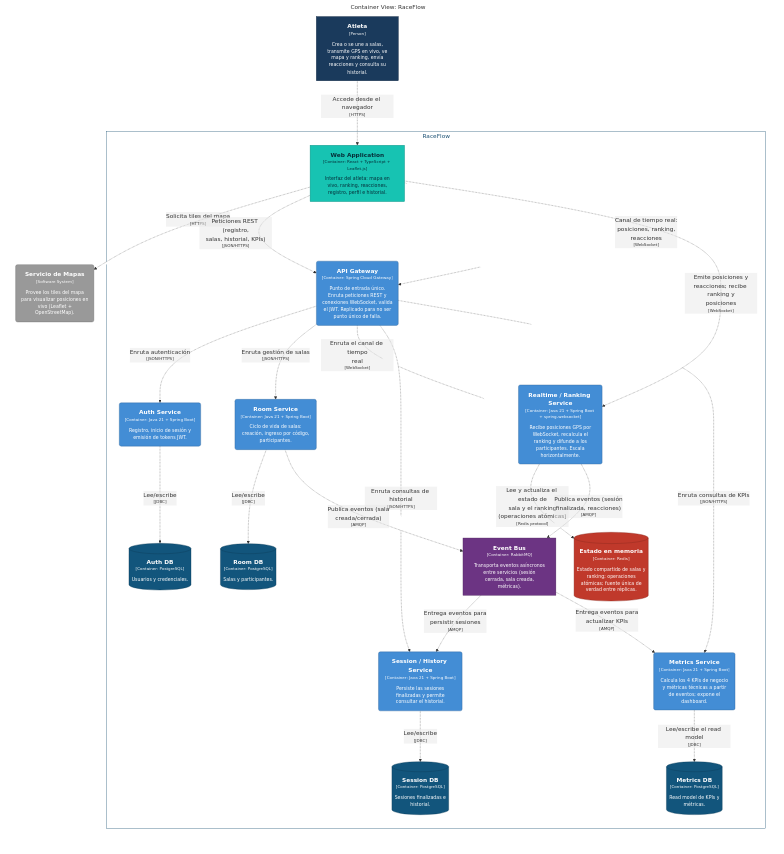
Above: docs/architecture/export/structurizr-Contenedores.png in RaceFlowECI/.github (Mermaid), before the change. Its source is kept beside it as docs/architecture/export/structurizr-Contenedores.mmd.
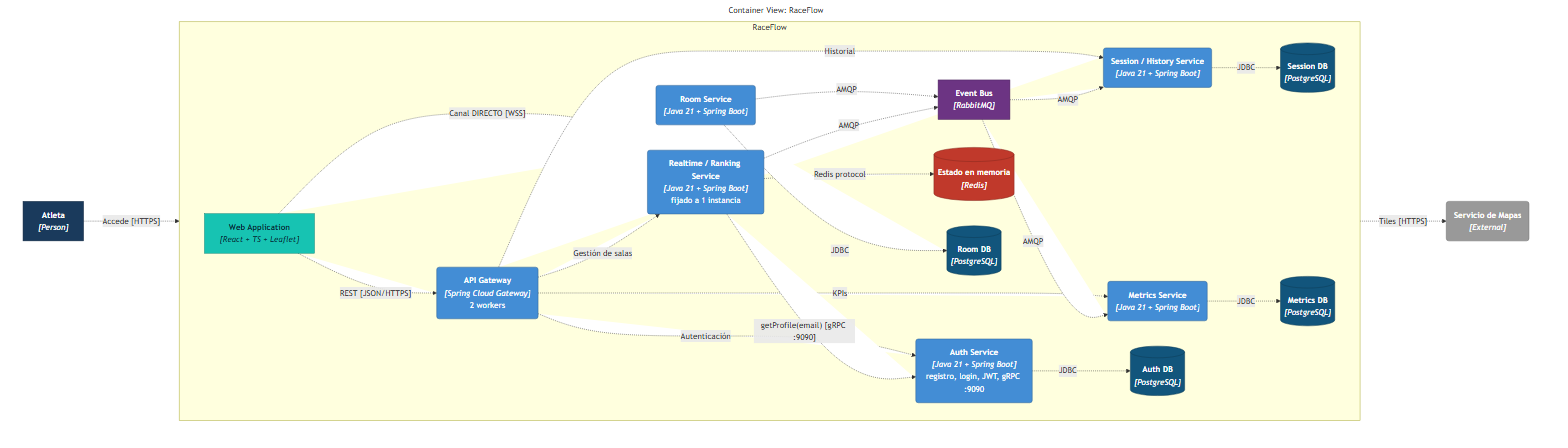
The same diagram one commit later.

Change to the diagram source:
```diff
@@ -2,62 +2,60 @@
   linkStyle default fill:#ffffff
 
   subgraph diagram ["Container View: RaceFlow"]
+    direction LR
     style diagram fill:#ffffff,stroke:#ffffff
 
-    1["<div style='font-weight: bold'>Atleta</div><div style='font-size: 70%; margin-top: 0px'>[Person]</div><div style='font-size: 80%; margin-top:10px'>Crea o se une a salas,<br />transmite GPS en vivo, ve<br />mapa y ranking, envía<br />reacciones y consulta su<br />historial.</div>"]
+    1["<b>Atleta</b><br/><i>[Person]</i>"]
     style 1 fill:#1a3a5c,stroke:#122840,color:#ffffff
-    2("<div style='font-weight: bold'>Servicio de Mapas</div><div style='font-size: 70%; margin-top: 0px'>[Software System]</div><div style='font-size: 80%; margin-top:10px'>Provee los tiles del mapa<br />para visualizar posiciones en<br />vivo (Leaflet +<br />OpenStreetMap).</div>")
+    2("<b>Servicio de Mapas</b><br/><i>[External]</i>")
     style 2 fill:#999999,stroke:#6b6b6b,color:#ffffff
 
     subgraph 4 ["RaceFlow"]
-      style 4 fill:#ffffff,stroke:#194f72,color:#194f72
-
-      16("<div style='font-weight: bold'>Session / History Service</div><div style='font-size: 70%; margin-top: 0px'>[Container: Java 21 + Spring Boot]</div><div style='font-size: 80%; margin-top:10px'>Persiste las sesiones<br />finalizadas y permite<br />consultar el historial.</div>")
+      direction LR
+      5["<b>Web Application</b><br/><i>[React + TS + Leaflet]</i>"]
+      style 5 fill:#17c3b2,stroke:#10887c,color:#06303a
+      6("<b>API Gateway</b><br/><i>[Spring Cloud Gateway]</i><br/>2 workers")
+      style 6 fill:#438dd5,stroke:#2e6295,color:#ffffff
+      7("<b>Auth Service</b><br/><i>[Java 21 + Spring Boot]</i><br/>registro, login, JWT, gRPC :9090")
+      style 7 fill:#438dd5,stroke:#2e6295,color:#ffffff
+      8("<b>Room Service</b><br/><i>[Java 21 + Spring Boot]</i>")
+      style 8 fill:#438dd5,stroke:#2e6295,color:#ffffff
+      9("<b>Realtime / Ranking Service</b><br/><i>[Java 21 + Spring Boot]</i><br/>fijado a 1 instancia")
+      style 9 fill:#438dd5,stroke:#2e6295,color:#ffffff
+      16("<b>Session / History Service</b><br/><i>[Java 21 + Spring Boot]</i>")
       style 16 fill:#438dd5,stroke:#2e6295,color:#ffffff
-      17("<div style='font-weight: bold'>Metrics Service</div><div style='font-size: 70%; margin-top: 0px'>[Container: Java 21 + Spring Boot]</div><div style='font-size: 80%; margin-top:10px'>Calcula los 4 KPIs de negocio<br />y métricas técnicas a partir<br />de eventos; expone el<br />dashboard.</div>")
+      17("<b>Metrics Service</b><br/><i>[Java 21 + Spring Boot]</i>")
       style 17 fill:#438dd5,stroke:#2e6295,color:#ffffff
-      18["<div style='font-weight: bold'>Event Bus</div><div style='font-size: 70%; margin-top: 0px'>[Container: RabbitMQ]</div><div style='font-size: 80%; margin-top:10px'>Transporta eventos asíncronos<br />entre servicios (sesión<br />cerrada, sala creada,<br />métricas).</div>"]
+      18["<b>Event Bus</b><br/><i>[RabbitMQ]</i>"]
       style 18 fill:#6c3483,stroke:#4b245b,color:#ffffff
-      19[("<div style='font-weight: bold'>Estado en memoria</div><div style='font-size: 70%; margin-top: 0px'>[Container: Redis]</div><div style='font-size: 80%; margin-top:10px'>Estado compartido de salas y<br />ranking; operaciones<br />atómicas; fuente única de<br />verdad entre réplicas.</div>")]
+      19[("<b>Estado en memoria</b><br/><i>[Redis]</i>")]
       style 19 fill:#c0392b,stroke:#86271e,color:#ffffff
-      20[("<div style='font-weight: bold'>Auth DB</div><div style='font-size: 70%; margin-top: 0px'>[Container: PostgreSQL]</div><div style='font-size: 80%; margin-top:10px'>Usuarios y credenciales.</div>")]
+      20[("<b>Auth DB</b><br/><i>[PostgreSQL]</i>")]
       style 20 fill:#12557c,stroke:#0c3b56,color:#ffffff
-      21[("<div style='font-weight: bold'>Room DB</div><div style='font-size: 70%; margin-top: 0px'>[Container: PostgreSQL]</div><div style='font-size: 80%; margin-top:10px'>Salas y participantes.</div>")]
+      21[("<b>Room DB</b><br/><i>[PostgreSQL]</i>")]
       style 21 fill:#12557c,stroke:#0c3b56,color:#ffffff
-      22[("<div style='font-weight: bold'>Session DB</div><div style='font-size: 70%; margin-top: 0px'>[Container: PostgreSQL]</div><div style='font-size: 80%; margin-top:10px'>Sesiones finalizadas e<br />historial.</div>")]
+      22[("<b>Session DB</b><br/><i>[PostgreSQL]</i>")]
       style 22 fill:#12557c,stroke:#0c3b56,color:#ffffff
-      23[("<div style='font-weight: bold'>Metrics DB</div><div style='font-size: 70%; margin-top: 0px'>[Container: PostgreSQL]</div><div style='font-size: 80%; margin-top:10px'>Read model de KPIs y<br />métricas.</div>")]
+      23[("<b>Metrics DB</b><br/><i>[PostgreSQL]</i>")]
       style 23 fill:#12557c,stroke:#0c3b56,color:#ffffff
-      5["<div style='font-weight: bold'>Web Application</div><div style='font-size: 70%; margin-top: 0px'>[Container: React + TypeScript + Leaflet.js]</div><div style='font-size: 80%; margin-top:10px'>Interfaz del atleta: mapa en<br />vivo, ranking, reacciones,<br />registro, perfil e historial.</div>"]
-      style 5 fill:#17c3b2,stroke:#10887c,color:#06303a
-      6("<div style='font-weight: bold'>API Gateway</div><div style='font-size: 70%; margin-top: 0px'>[Container: Spring Cloud Gateway]</div><div style='font-size: 80%; margin-top:10px'>Punto de entrada único.<br />Enruta peticiones REST y<br />conexiones WebSocket, valida<br />el JWT. Replicado para no ser<br />punto único de falla.</div>")
-      style 6 fill:#438dd5,stroke:#2e6295,color:#ffffff
-      7("<div style='font-weight: bold'>Auth Service</div><div style='font-size: 70%; margin-top: 0px'>[Container: Java 21 + Spring Boot]</div><div style='font-size: 80%; margin-top:10px'>Registro, inicio de sesión y<br />emisión de tokens JWT.</div>")
-      style 7 fill:#438dd5,stroke:#2e6295,color:#ffffff
-      8("<div style='font-weight: bold'>Room Service</div><div style='font-size: 70%; margin-top: 0px'>[Container: Java 21 + Spring Boot]</div><div style='font-size: 80%; margin-top:10px'>Ciclo de vida de salas:<br />creación, ingreso por código,<br />participantes.</div>")
-      style 8 fill:#438dd5,stroke:#2e6295,color:#ffffff
-      9("<div style='font-weight: bold'>Realtime / Ranking Service</div><div style='font-size: 70%; margin-top: 0px'>[Container: Java 21 + Spring Boot + spring-websocket]</div><div style='font-size: 80%; margin-top:10px'>Recibe posiciones GPS por<br />WebSocket, recalcula el<br />ranking y difunde a los<br />participantes. Escala<br />horizontalmente.</div>")
-      style 9 fill:#438dd5,stroke:#2e6295,color:#ffffff
     end
 
-    1-. "<div>Accede desde el navegador</div><div style='font-size: 70%'>[HTTPS]</div>" .->5
-    5-. "<div>Solicita tiles del mapa</div><div style='font-size: 70%'>[HTTPS]</div>" .->2
-    5-. "<div>Peticiones REST (registro,<br />salas, historial, KPIs)</div><div style='font-size: 70%'>[JSON/HTTPS]</div>" .->6
-    5-. "<div>Canal de tiempo real:<br />posiciones, ranking,<br />reacciones</div><div style='font-size: 70%'>[WebSocket]</div>" .->6
-    6-. "<div>Enruta autenticación</div><div style='font-size: 70%'>[JSON/HTTPS]</div>" .->7
-    6-. "<div>Enruta gestión de salas</div><div style='font-size: 70%'>[JSON/HTTPS]</div>" .->8
-    6-. "<div>Enruta el canal de tiempo<br />real</div><div style='font-size: 70%'>[WebSocket]</div>" .->9
-    6-. "<div>Enruta consultas de historial</div><div style='font-size: 70%'>[JSON/HTTPS]</div>" .->16
-    6-. "<div>Enruta consultas de KPIs</div><div style='font-size: 70%'>[JSON/HTTPS]</div>" .->17
-    9-. "<div>Lee y actualiza el estado de<br />sala y el ranking<br />(operaciones atómicas)</div><div style='font-size: 70%'>[Redis protocol]</div>" .->19
-    7-. "<div>Lee/escribe</div><div style='font-size: 70%'>[JDBC]</div>" .->20
-    8-. "<div>Lee/escribe</div><div style='font-size: 70%'>[JDBC]</div>" .->21
-    16-. "<div>Lee/escribe</div><div style='font-size: 70%'>[JDBC]</div>" .->22
-    17-. "<div>Lee/escribe el read model</div><div style='font-size: 70%'>[JDBC]</div>" .->23
-    8-. "<div>Publica eventos (sala<br />creada/cerrada)</div><div style='font-size: 70%'>[AMQP]</div>" .->18
-    9-. "<div>Publica eventos (sesión<br />finalizada, reacciones)</div><div style='font-size: 70%'>[AMQP]</div>" .->18
-    18-. "<div>Entrega eventos para<br />persistir sesiones</div><div style='font-size: 70%'>[AMQP]</div>" .->16
-    18-. "<div>Entrega eventos para<br />actualizar KPIs</div><div style='font-size: 70%'>[AMQP]</div>" .->17
-    5-. "<div>Emite posiciones y<br />reacciones; recibe ranking y<br />posiciones</div><div style='font-size: 70%'>[WebSocket]</div>" .->9
-
+    1 -. "Accede [HTTPS]" .-> 5
+    5 -. "Tiles [HTTPS]" .-> 2
+    5 -. "REST [JSON/HTTPS]" .-> 6
+    5 -. "Canal DIRECTO [WSS]" .-> 9
+    6 -. "Autenticación" .-> 7
+    6 -. "Gestión de salas" .-> 9
+    6 -. "Historial" .-> 16
+    6 -. "KPIs" .-> 17
+    9 -. "getProfile(email) [gRPC :9090]" .-> 7
+    9 -. "Redis protocol" .-> 19
+    7 -. "JDBC" .-> 20
+    8 -. "JDBC" .-> 21
+    16 -. "JDBC" .-> 22
+    17 -. "JDBC" .-> 23
+    8 -. "AMQP" .-> 18
+    9 -. "AMQP" .-> 18
+    18 -. "AMQP" .-> 16
+    18 -. "AMQP" .-> 17
   end
```
